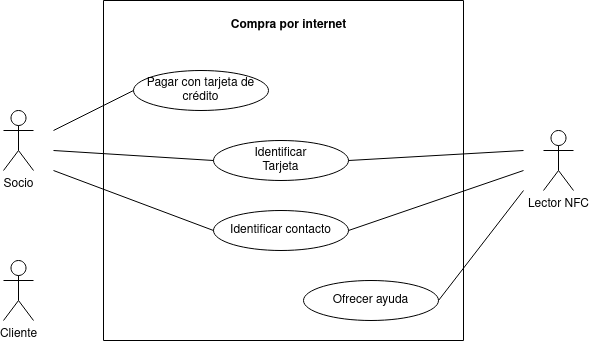
The draw.io diagram diagramas/compra-por-internet.png in Chugani05/entorno_de_desarrollo, before a commit. Source tidied: cells renumbered, new cells last; positions are measured from the earlier drawing's top-left corner, leaving out a move shared by most shapes.
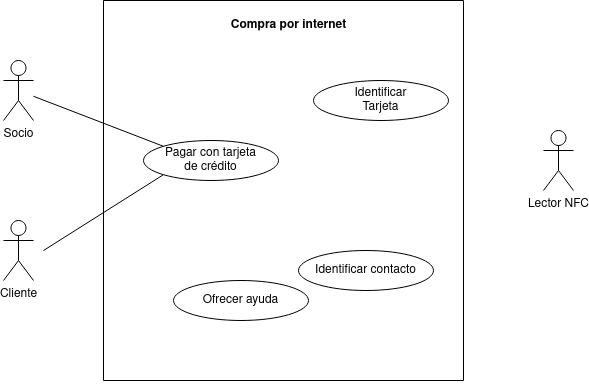
Later version of the same file.

The edit, as a diff of the source:
```diff
@@ -3,64 +3,42 @@
     <mxCell id="0" />
     <mxCell id="1" parent="0" />
     <mxCell id="2" value="Socio" style="shape=umlActor;verticalLabelPosition=bottom;verticalAlign=top;html=1;outlineConnect=0;fontStyle=0;" parent="1" vertex="1">
-      <mxGeometry y="110" width="30" height="60" as="geometry" />
+      <mxGeometry y="60" width="30" height="60" as="geometry" />
     </mxCell>
     <mxCell id="3" value="Lector NFC" style="shape=umlActor;verticalLabelPosition=bottom;verticalAlign=top;html=1;" parent="1" vertex="1">
       <mxGeometry x="540" y="130" width="30" height="60" as="geometry" />
     </mxCell>
     <mxCell id="4" style="swimlane;startSize=0;" parent="1" vertex="1">
-      <mxGeometry x="100" width="360" height="340" as="geometry" />
+      <mxGeometry x="100" width="360" height="380" as="geometry" />
     </mxCell>
-    <mxCell id="5" value="Pagar con tarjeta de crédito" style="ellipse;whiteSpace=wrap;html=1;" parent="4" vertex="1">
-      <mxGeometry x="30" y="70" width="135" height="40" as="geometry" />
+    <mxCell id="5" value="&lt;div&gt;Pagar con tarjeta&lt;/div&gt;&lt;div&gt;de crédito&lt;/div&gt;" style="ellipse;whiteSpace=wrap;html=1;" parent="4" vertex="1">
+      <mxGeometry x="40" y="140" width="135" height="40" as="geometry" />
     </mxCell>
     <mxCell id="6" value="&lt;b&gt;Compra por internet&lt;br&gt;&lt;/b&gt;" style="text;html=1;align=center;verticalAlign=middle;strokeColor=none;fillColor=none;" parent="4" vertex="1">
       <mxGeometry x="115" y="10" width="140" height="30" as="geometry" />
     </mxCell>
     <mxCell id="7" value="Identificar&lt;br&gt;Tarjeta" style="ellipse;whiteSpace=wrap;html=1;" parent="4" vertex="1">
-      <mxGeometry x="110" y="140" width="135" height="40" as="geometry" />
+      <mxGeometry x="210" y="80" width="135" height="40" as="geometry" />
     </mxCell>
     <mxCell id="8" value="Identificar contacto" style="ellipse;whiteSpace=wrap;html=1;" parent="4" vertex="1">
-      <mxGeometry x="110" y="210" width="135" height="40" as="geometry" />
+      <mxGeometry x="195" y="250" width="135" height="40" as="geometry" />
     </mxCell>
     <mxCell id="9" value="Ofrecer ayuda" style="ellipse;whiteSpace=wrap;html=1;" parent="4" vertex="1">
-      <mxGeometry x="200" y="280" width="135" height="40" as="geometry" />
+      <mxGeometry x="70" y="280" width="135" height="40" as="geometry" />
     </mxCell>
-    <mxCell id="10" style="endArrow=none;html=1;rounded=0;exitX=1;exitY=0.5;exitDx=0;exitDy=0;" parent="4" edge="1" source="8">
-      <mxGeometry relative="1" as="geometry">
-        <mxPoint x="420" y="170" as="targetPoint" />
-      </mxGeometry>
-    </mxCell>
     <mxCell id="11" style="edgeStyle=orthogonalEdgeStyle;rounded=0;orthogonalLoop=1;jettySize=auto;html=1;exitX=0.5;exitY=1;exitDx=0;exitDy=0;" parent="1" edge="1" source="4" target="4">
       <mxGeometry relative="1" as="geometry" />
     </mxCell>
-    <mxCell id="12" style="endArrow=none;html=1;rounded=0;entryX=0;entryY=0.5;entryDx=0;entryDy=0;" parent="1" edge="1" target="5">
-      <mxGeometry relative="1" as="geometry">
-        <mxPoint x="50" y="130" as="sourcePoint" />
-      </mxGeometry>
-    </mxCell>
-    <mxCell id="13" style="endArrow=none;html=1;rounded=0;entryX=0;entryY=0.5;entryDx=0;entryDy=0;" parent="1" edge="1" target="7">
-      <mxGeometry relative="1" as="geometry">
-        <mxPoint x="50" y="150" as="sourcePoint" />
-      </mxGeometry>
-    </mxCell>
-    <mxCell id="14" style="endArrow=none;html=1;rounded=0;entryX=0;entryY=0.5;entryDx=0;entryDy=0;" parent="1" edge="1" target="8">
-      <mxGeometry relative="1" as="geometry">
-        <mxPoint x="50" y="170" as="sourcePoint" />
-      </mxGeometry>
-    </mxCell>
-    <mxCell id="15" style="endArrow=none;html=1;rounded=0;exitX=1;exitY=0.5;exitDx=0;exitDy=0;" parent="1" edge="1" source="7">
-      <mxGeometry relative="1" as="geometry">
-        <mxPoint x="520" y="150" as="targetPoint" />
-      </mxGeometry>
-    </mxCell>
-    <mxCell id="16" style="endArrow=none;html=1;rounded=0;exitX=1;exitY=0.5;exitDx=0;exitDy=0;" parent="1" edge="1" source="9">
-      <mxGeometry relative="1" as="geometry">
-        <mxPoint x="520" y="190" as="targetPoint" />
-      </mxGeometry>
-    </mxCell>
     <mxCell id="17" value="Cliente" style="shape=umlActor;verticalLabelPosition=bottom;verticalAlign=top;html=1;fontStyle=0;" parent="1" vertex="1">
-      <mxGeometry y="260" width="30" height="60" as="geometry" />
+      <mxGeometry y="220" width="30" height="60" as="geometry" />
     </mxCell>
+    <mxCell id="18" style="endArrow=none;html=1;rounded=0;entryX=0;entryY=1;entryDx=0;entryDy=0;" parent="1" edge="1" target="5">
+      <mxGeometry relative="1" as="geometry">
+        <mxPoint x="40" y="250" as="sourcePoint" />
+      </mxGeometry>
+    </mxCell>
+    <mxCell id="19" style="endArrow=none;html=1;rounded=0;entryX=0;entryY=0;entryDx=0;entryDy=0;" parent="1" edge="1" source="2" target="5">
+      <mxGeometry relative="1" as="geometry" />
+    </mxCell>
   </root>
 </mxGraphModel>
```
